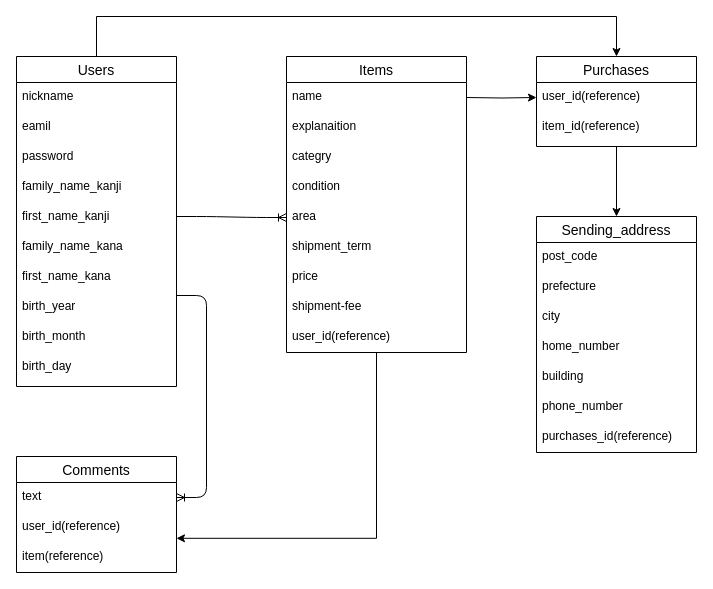
This is drawing.dio from tomoheko/furima-30496, a draw.io file, before an edit. Source tidied: cells renumbered, new cells numbered last; positions are measured from the earlier drawing's top-left corner, leaving out a move shared by most shapes. Both pictures are drawn from the tidied source at 100%, with x=0, y=0 at pixel (16, 16).
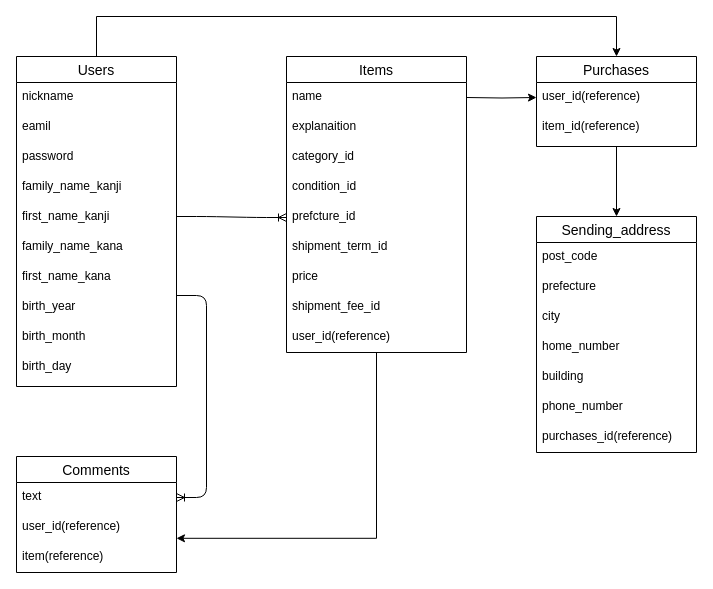
The same diagram, later.

The change refers to these unchanged cells:
```xml
<mxCell id="15" value="Items" style="swimlane;fontStyle=0;horizontal=1;startSize=26;align=center;fontSize=14;" parent="1" vertex="1">
  <mxGeometry x="270" y="40" width="180" height="296" as="geometry" />
</mxCell>
```

Change to the diagram source:
```diff
@@
-    <mxCell id="18" value="categry" style="text;strokeColor=none;fillColor=none;spacingLeft=4;spacingRight=4;overflow=hidden;fontSize=12;" parent="15" vertex="1">
+    <mxCell id="18" value="category_id" style="text;strokeColor=none;fillColor=none;spacingLeft=4;spacingRight=4;overflow=hidden;fontSize=12;" parent="15" vertex="1">
       <mxGeometry y="86" width="180" height="30" as="geometry" />
     </mxCell>
-    <mxCell id="19" value="condition" style="text;strokeColor=none;fillColor=none;spacingLeft=4;spacingRight=4;overflow=hidden;fontSize=12;" parent="15" vertex="1">
+    <mxCell id="19" value="condition_id" style="text;strokeColor=none;fillColor=none;spacingLeft=4;spacingRight=4;overflow=hidden;fontSize=12;" parent="15" vertex="1">
       <mxGeometry y="116" width="180" height="30" as="geometry" />
     </mxCell>
-    <mxCell id="20" value="area" style="text;strokeColor=none;fillColor=none;spacingLeft=4;spacingRight=4;overflow=hidden;points=[[0,0.5],[1,0.5]];portConstraint=eastwest;fontSize=12;" parent="15" vertex="1">
+    <mxCell id="20" value="prefcture_id&#10;" style="text;strokeColor=none;fillColor=none;spacingLeft=4;spacingRight=4;overflow=hidden;points=[[0,0.5],[1,0.5]];portConstraint=eastwest;fontSize=12;" parent="15" vertex="1">
       <mxGeometry y="146" width="180" height="30" as="geometry" />
     </mxCell>
-    <mxCell id="21" value="shipment_term" style="text;strokeColor=none;fillColor=none;spacingLeft=4;spacingRight=4;overflow=hidden;fontSize=12;" parent="15" vertex="1">
+    <mxCell id="21" value="shipment_term_id" style="text;strokeColor=none;fillColor=none;spacingLeft=4;spacingRight=4;overflow=hidden;fontSize=12;" parent="15" vertex="1">
       <mxGeometry y="176" width="180" height="30" as="geometry" />
     </mxCell>
@@
-    <mxCell id="23" value="shipment-fee" style="text;strokeColor=none;fillColor=none;spacingLeft=4;spacingRight=4;overflow=hidden;fontSize=12;" parent="15" vertex="1">
+    <mxCell id="23" value="shipment_fee_id" style="text;strokeColor=none;fillColor=none;spacingLeft=4;spacingRight=4;overflow=hidden;fontSize=12;" parent="15" vertex="1">
       <mxGeometry y="236" width="180" height="30" as="geometry" />
     </mxCell>
```
